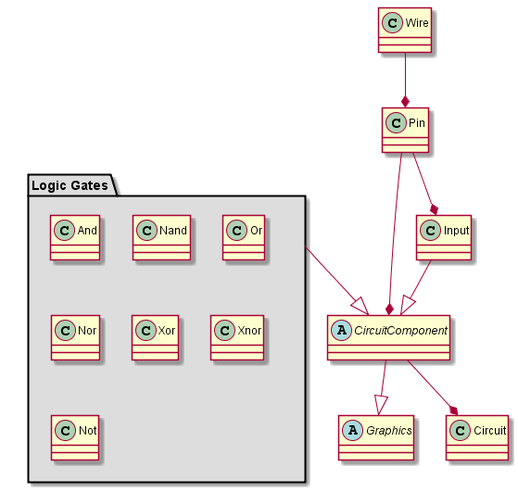
criscola/logic-gates-simulator keeps this PlantUML diagram as doc/UML_diagram.png. Above is the earlier version.
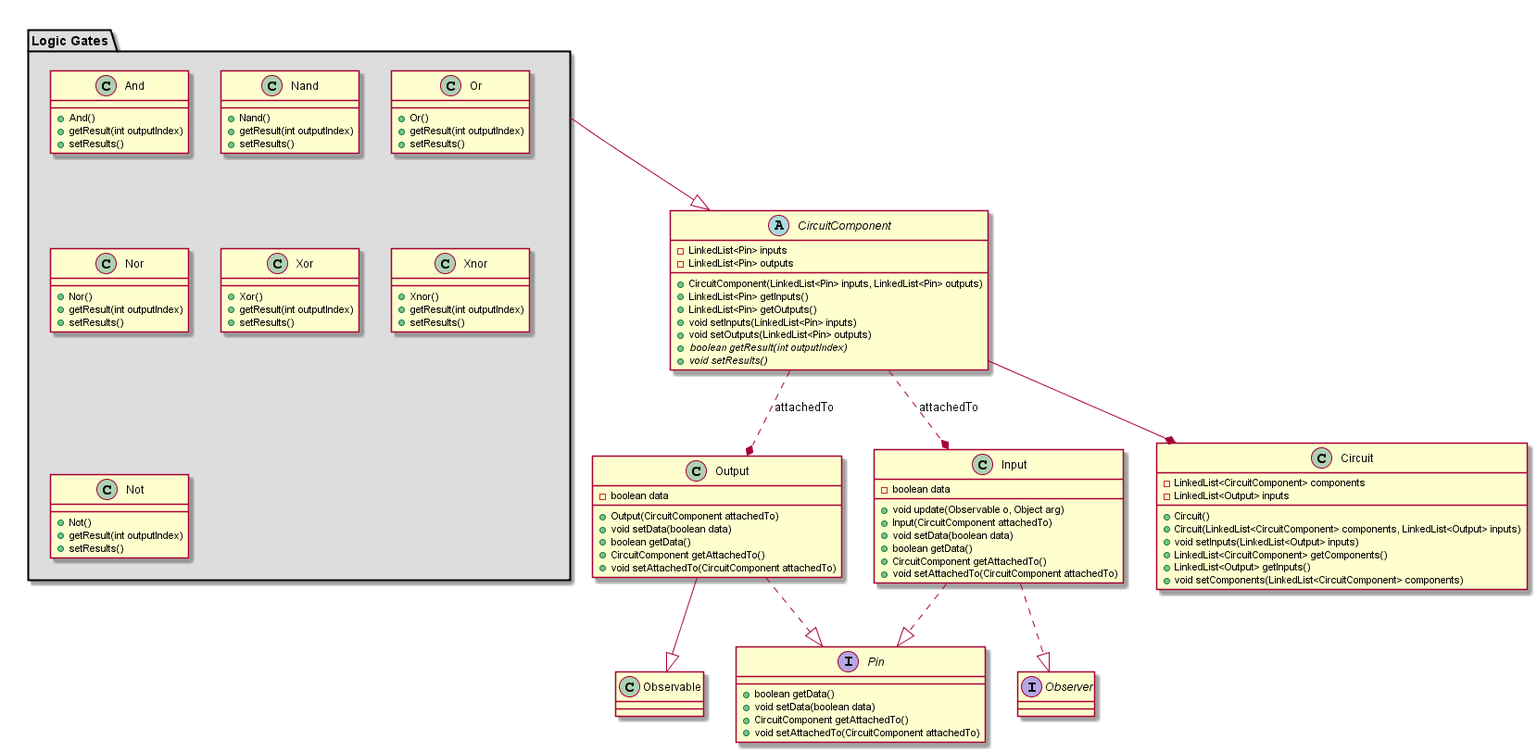
After the change.

What changed in the source:
```diff
@@ -1,55 +1,96 @@
 @startuml
+interface Pin{
+	+boolean getData()
+	+void setData(boolean data)
+	+CircuitComponent getAttachedTo()
+	+void setAttachedTo(CircuitComponent attachedTo)
+}
 abstract class CircuitComponent{
+	-LinkedList<Pin> inputs
+	-LinkedList<Pin> outputs
+	+CircuitComponent(LinkedList<Pin> inputs, LinkedList<Pin> outputs)
+	+LinkedList<Pin> getInputs()
+	+LinkedList<Pin> getOutputs()
+	+void setInputs(LinkedList<Pin> inputs)
+	+void setOutputs(LinkedList<Pin> outputs)
+	+{abstract} boolean getResult(int outputIndex)
+	+{abstract} void setResults()
+}
+
+class Circuit{
+	-LinkedList<CircuitComponent> components
+	-LinkedList<Output> inputs
+	+Circuit()
+	+Circuit(LinkedList<CircuitComponent> components, LinkedList<Output> inputs)
+	+void setInputs(LinkedList<Output> inputs)
+	+LinkedList<CircuitComponent> getComponents()
+	+LinkedList<Output> getInputs()
+	+void setComponents(LinkedList<CircuitComponent> components)
+}
+
+class Output{
+	-boolean data
+	+Output(CircuitComponent attachedTo)
+	+void setData(boolean data)
+	+boolean getData()
+	+CircuitComponent getAttachedTo()
+	+void setAttachedTo(CircuitComponent attachedTo)
+}
+class Input{
+	-boolean data
+	+void update(Observable o, Object arg)
+	+Input(CircuitComponent attachedTo)
+	+void setData(boolean data)
+	+boolean getData()
+	+CircuitComponent getAttachedTo()
+	+void setAttachedTo(CircuitComponent attachedTo)
+}
+CircuitComponent ..* Input : attachedTo
+CircuitComponent ..* Output : attachedTo
+package "Logic Gates" #DDDDDD {
+	class And{
+		+And()
+		+getResult(int outputIndex)
+		+setResults()
+	}
+	class Nand{
+		+Nand()
+		+getResult(int outputIndex)
+		+setResults()
+	}
+	class Or{
+		+Or()
+		+getResult(int outputIndex)
+		+setResults()
+	}
+	class Nor{
+		+Nor()
+		+getResult(int outputIndex)
+		+setResults()
+	}
+	class Xor{
+		+Xor()
+		+getResult(int outputIndex)
+		+setResults()
+	}
+	class Xnor{
+		+Xnor()
+		+getResult(int outputIndex)
+		+setResults()
+	}
+	class Not{
+		+Not()
+		+getResult(int outputIndex)
+		+setResults()
+	}
+}
+interface Observer{
 
 }
-
-abstract class Graphics{
-
-}
-class Wire{
-
-}
-class Circuit{
-
-}
-class Input{
-
-}
-class Pin{
-
-}
-
-package "Logic Gates" #DDDDDD {
-	class And{
-
-	}
-	class Nand{
-
-	}
-	class Or{
-
-	}
-	class Nor{
-
-	}
-	class Xor{
-
-	}
-	class Xnor{
-
-	}
-	class Not{
-
-	}
-
-}
-
-Pin --* CircuitComponent
-Input --|> CircuitComponent
-CircuitComponent --|> Graphics
 CircuitComponent --* Circuit
-Wire --* Pin
-Pin --* Input
 "Logic Gates" --|> CircuitComponent
-
+Input ..|> Pin
+Input ..|> Observer
+Output ..|> Pin
+Output --|> Observable
 @enduml
```
